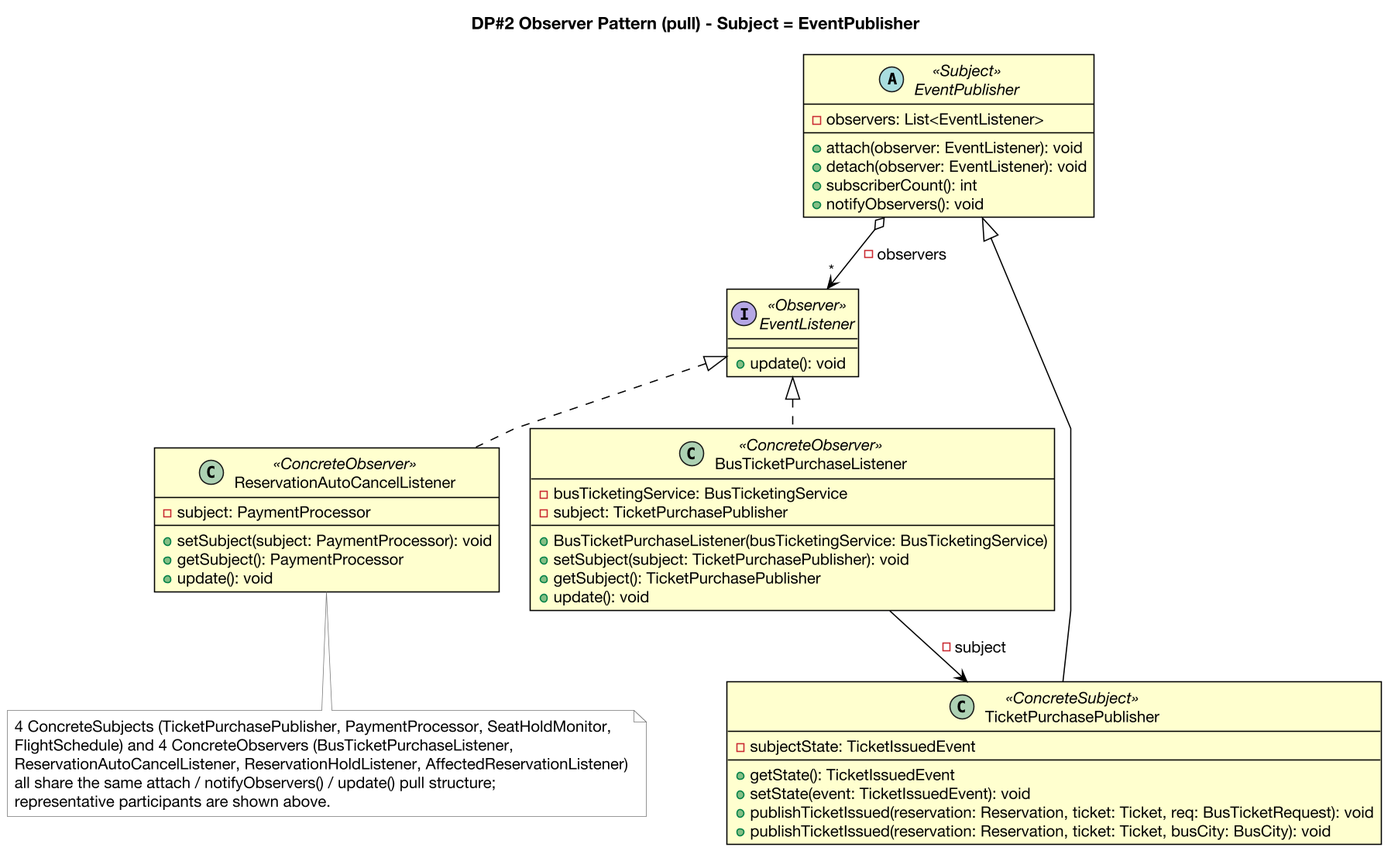
Before: docs/diagrams/iter4-puml/en/dp2-observer.png, a diagram exported from PlantUML (gimjungwook/KoreanAirReservationDomain). Its diagram source:
```plantuml
@startuml dp2-observer
skinparam backgroundColor #FFFFFF
skinparam shadowing false
skinparam roundcorner 0
skinparam linetype polyline
skinparam nodesep 26
skinparam ranksep 42
skinparam defaultFontName "Helvetica Neue"
skinparam defaultFontSize 13
skinparam dpi 150
skinparam class {
  BackgroundColor #FFFFCE
  BorderColor #000000
  BorderThickness 1
  ArrowColor #000000
  ArrowThickness 1
  FontColor #000000
  FontName "Helvetica Neue"
  AttributeFontColor #000000
  AttributeFontName "Helvetica Neue"
  StereotypeFontColor #000000
}
skinparam note {
  BackgroundColor #FFFFFF
  BorderColor #777777
  FontColor #000000
}

title DP#2 Observer Pattern (pull) - Subject = EventPublisher
abstract class EventPublisher <<Subject>> {
  -observers: List<EventListener>
  --
  +attach(observer: EventListener): void
  +detach(observer: EventListener): void
  +subscriberCount(): int
  +notifyObservers(): void
}
interface EventListener <<Observer>> {
  +update(): void
}
class TicketPurchasePublisher <<ConcreteSubject>> {
  -subjectState: TicketIssuedEvent
  --
  +getState(): TicketIssuedEvent
  +setState(event: TicketIssuedEvent): void
  +publishTicketIssued(reservation: Reservation, ticket: Ticket, req: BusTicketRequest): void
  +publishTicketIssued(reservation: Reservation, ticket: Ticket, busCity: BusCity): void
}
class BusTicketPurchaseListener <<ConcreteObserver>> {
  -busTicketingService: BusTicketingService
  -subject: TicketPurchasePublisher
  --
  +BusTicketPurchaseListener(busTicketingService: BusTicketingService)
  +setSubject(subject: TicketPurchasePublisher): void
  +getSubject(): TicketPurchasePublisher
  +update(): void
}
class ReservationAutoCancelListener <<ConcreteObserver>> {
  -subject: PaymentProcessor
  --
  +setSubject(subject: PaymentProcessor): void
  +getSubject(): PaymentProcessor
  +update(): void
}
EventPublisher <|-- TicketPurchasePublisher
EventListener <|.. BusTicketPurchaseListener
EventListener <|.. ReservationAutoCancelListener
EventPublisher o--> "*" EventListener : -observers
BusTicketPurchaseListener --> TicketPurchasePublisher : -subject
note bottom
  4 ConcreteSubjects (TicketPurchasePublisher, PaymentProcessor, SeatHoldMonitor,
  FlightSchedule) and 4 ConcreteObservers (BusTicketPurchaseListener,
  ReservationAutoCancelListener, ReservationHoldListener, AffectedReservationListener)
  all share the same attach / notifyObservers() / update() pull structure;
  representative participants are shown above.
end note
@enduml
```
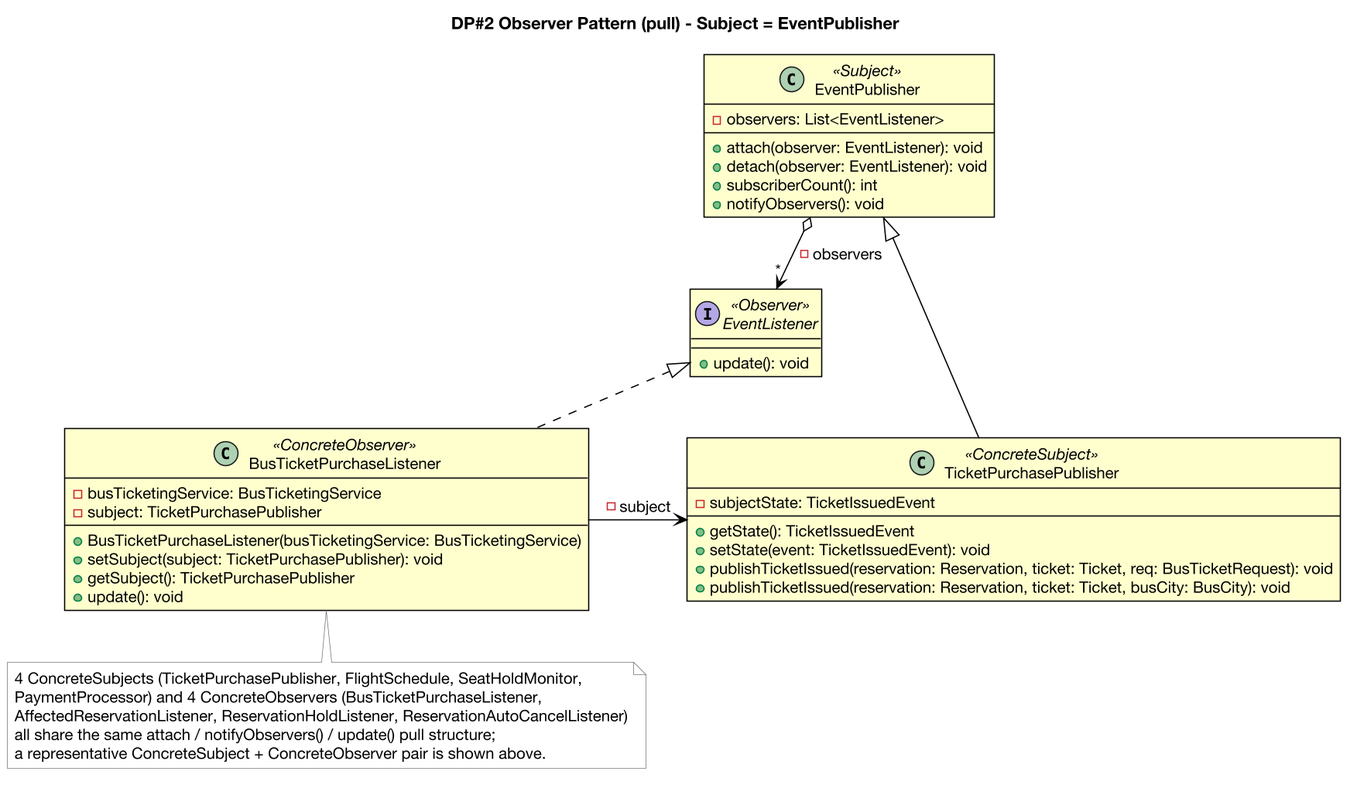
After the change.

What changed in the source:
```diff
@@ -27,7 +27,7 @@
 }
 
 title DP#2 Observer Pattern (pull) - Subject = EventPublisher
-abstract class EventPublisher <<Subject>> {
+class EventPublisher <<Subject>> {
   -observers: List<EventListener>
   --
   +attach(observer: EventListener): void
@@ -55,23 +55,15 @@
   +getSubject(): TicketPurchasePublisher
   +update(): void
 }
-class ReservationAutoCancelListener <<ConcreteObserver>> {
-  -subject: PaymentProcessor
-  --
-  +setSubject(subject: PaymentProcessor): void
-  +getSubject(): PaymentProcessor
-  +update(): void
-}
 EventPublisher <|-- TicketPurchasePublisher
 EventListener <|.. BusTicketPurchaseListener
-EventListener <|.. ReservationAutoCancelListener
 EventPublisher o--> "*" EventListener : -observers
-BusTicketPurchaseListener --> TicketPurchasePublisher : -subject
+BusTicketPurchaseListener -right-> TicketPurchasePublisher : -subject
 note bottom
-  4 ConcreteSubjects (TicketPurchasePublisher, PaymentProcessor, SeatHoldMonitor,
-  FlightSchedule) and 4 ConcreteObservers (BusTicketPurchaseListener,
-  ReservationAutoCancelListener, ReservationHoldListener, AffectedReservationListener)
+  4 ConcreteSubjects (TicketPurchasePublisher, FlightSchedule, SeatHoldMonitor,
+  PaymentProcessor) and 4 ConcreteObservers (BusTicketPurchaseListener,
+  AffectedReservationListener, ReservationHoldListener, ReservationAutoCancelListener)
   all share the same attach / notifyObservers() / update() pull structure;
-  representative participants are shown above.
+  a representative ConcreteSubject + ConcreteObserver pair is shown above.
 end note
 @enduml
```
